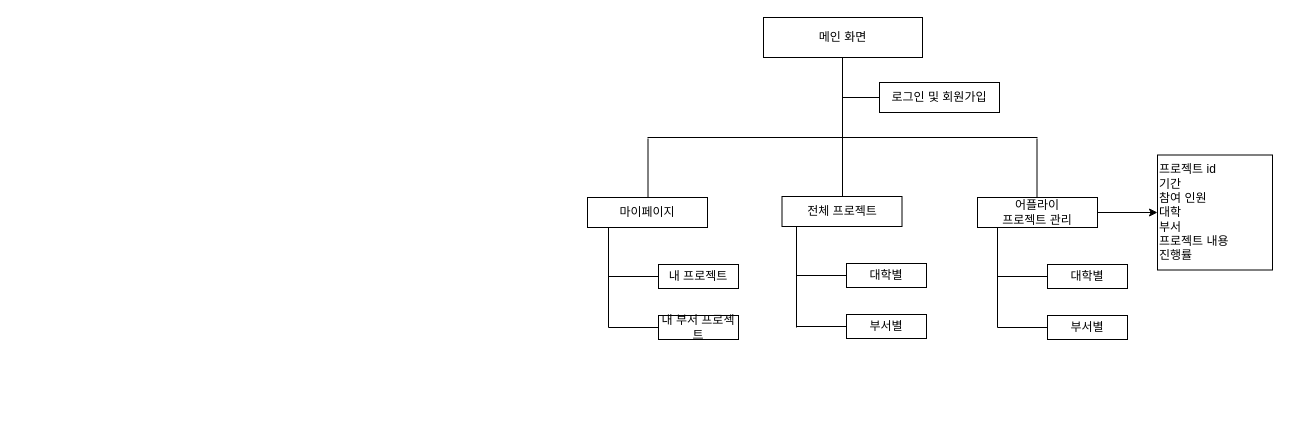
The draw.io diagram 제목 없는 다이어그램.drawio in OhHyukJun/Calendar_Project, before the edit. Source tidied: cells renumbered, new cells numbered last; positions are measured from the earlier drawing's top-left corner, leaving out a move shared by most shapes. Both pictures are drawn from the tidied source at 100%, with x=0, y=0 at pixel (587, 17).
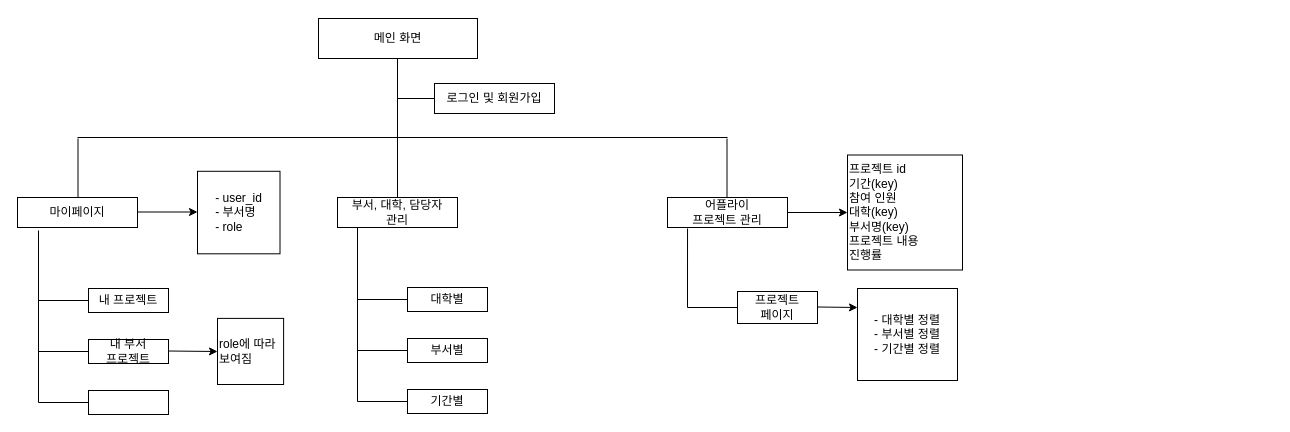
The same page after the edit.

Commit message:
제목 없는 다이어그램.drawio 업데이트

Change to the diagram source:
```diff
@@
     <mxCell id="2" value="메인 화면" style="rounded=0;whiteSpace=wrap;html=1;" parent="1" vertex="1">
-      <mxGeometry x="176" width="159" height="40" as="geometry" />
+      <mxGeometry x="-269" y="1" width="159" height="40" as="geometry" />
     </mxCell>
-    <mxCell id="3" style="endArrow=none;html=1;rounded=0;entryX=0.5;entryY=1;entryDx=0;entryDy=0;" parent="1" edge="1">
+    <mxCell id="3" style="endArrow=none;html=1;rounded=0;entryX=0.5;entryY=1;entryDx=0;entryDy=0;exitX=0.5;exitY=0;exitDx=0;exitDy=0;" parent="1" edge="1" source="24">
       <mxGeometry relative="1" as="geometry">
-        <mxPoint x="255" y="120" as="sourcePoint" />
-        <mxPoint x="255" y="40" as="targetPoint" />
+        <mxPoint x="-190" y="41" as="targetPoint" />
       </mxGeometry>
     </mxCell>
     <mxCell id="4" style="endArrow=none;html=1;rounded=0;" parent="1" edge="1">
       <mxGeometry relative="1" as="geometry">
-        <mxPoint x="255" y="80" as="sourcePoint" />
-        <mxPoint x="292" y="80" as="targetPoint" />
+        <mxPoint x="-190" y="81" as="sourcePoint" />
+        <mxPoint x="-153" y="81" as="targetPoint" />
       </mxGeometry>
     </mxCell>
     <mxCell id="5" value="로그인 및 회원가입" style="rounded=0;whiteSpace=wrap;html=1;" parent="1" vertex="1">
-      <mxGeometry x="292" y="65" width="120" height="30" as="geometry" />
+      <mxGeometry x="-153" y="66" width="120" height="30" as="geometry" />
     </mxCell>
     <mxCell id="6" style="endArrow=none;html=1;rounded=0;" parent="1" edge="1">
       <mxGeometry relative="1" as="geometry">
-        <mxPoint x="60" y="120" as="sourcePoint" />
-        <mxPoint x="450" y="120" as="targetPoint" />
+        <mxPoint x="-510" y="120" as="sourcePoint" />
+        <mxPoint x="140" y="120" as="targetPoint" />
       </mxGeometry>
     </mxCell>
     <mxCell id="7" style="endArrow=none;html=1;rounded=0;" parent="1" edge="1">
       <mxGeometry relative="1" as="geometry">
-        <mxPoint x="60.5" y="180" as="sourcePoint" />
-        <mxPoint x="60.5" y="121" as="targetPoint" />
+        <mxPoint x="-509.5" y="180" as="sourcePoint" />
+        <mxPoint x="-509.5" y="121" as="targetPoint" />
       </mxGeometry>
     </mxCell>
     <mxCell id="8" value="마이페이지" style="rounded=0;whiteSpace=wrap;html=1;" parent="1" vertex="1">
-      <mxGeometry y="180" width="120" height="30" as="geometry" />
+      <mxGeometry x="-570" y="180" width="120" height="30" as="geometry" />
     </mxCell>
     <mxCell id="9" style="endArrow=none;html=1;rounded=0;" parent="1" edge="1">
       <mxGeometry relative="1" as="geometry">
-        <mxPoint x="449.5" y="180" as="sourcePoint" />
-        <mxPoint x="449.5" y="121" as="targetPoint" />
+        <mxPoint x="139.5" y="180" as="sourcePoint" />
+        <mxPoint x="139.5" y="121" as="targetPoint" />
       </mxGeometry>
     </mxCell>
     <mxCell id="10" value="어플라이 &lt;br&gt;프로젝트 관리" style="rounded=0;whiteSpace=wrap;html=1;" parent="1" vertex="1">
-      <mxGeometry x="390" y="180" width="120" height="30" as="geometry" />
+      <mxGeometry x="80" y="180" width="120" height="30" as="geometry" />
     </mxCell>
-    <mxCell id="11" style="endArrow=none;html=1;rounded=0;" parent="1" edge="1">
+    <mxCell id="11" style="endArrow=none;html=1;rounded=0;entryX=0.175;entryY=1.1;entryDx=0;entryDy=0;entryPerimeter=0;" parent="1" edge="1" target="8">
       <mxGeometry relative="1" as="geometry">
-        <mxPoint x="21" y="310" as="sourcePoint" />
-        <mxPoint x="21" y="210" as="targetPoint" />
+        <mxPoint x="-549" y="385" as="sourcePoint" />
       </mxGeometry>
     </mxCell>
     <mxCell id="12" style="endArrow=none;html=1;rounded=0;" parent="1" edge="1">
       <mxGeometry relative="1" as="geometry">
-        <mxPoint x="21" y="259" as="sourcePoint" />
-        <mxPoint x="71" y="259" as="targetPoint" />
+        <mxPoint x="-549" y="283" as="sourcePoint" />
+        <mxPoint x="-499" y="283" as="targetPoint" />
       </mxGeometry>
     </mxCell>
     <mxCell id="13" style="endArrow=none;html=1;rounded=0;" parent="1" edge="1">
       <mxGeometry relative="1" as="geometry">
-        <mxPoint x="21" y="310" as="sourcePoint" />
-        <mxPoint x="71" y="310" as="targetPoint" />
+        <mxPoint x="-549" y="334" as="sourcePoint" />
+        <mxPoint x="-499" y="334" as="targetPoint" />
       </mxGeometry>
     </mxCell>
     <mxCell id="14" value="내 프로젝트" style="rounded=0;whiteSpace=wrap;html=1;" parent="1" vertex="1">
-      <mxGeometry x="71" y="247" width="80" height="24" as="geometry" />
+      <mxGeometry x="-499" y="271" width="80" height="24" as="geometry" />
     </mxCell>
-    <mxCell id="15" value="내 부서 프로젝트" style="rounded=0;whiteSpace=wrap;html=1;" parent="1" vertex="1">
-      <mxGeometry x="71" y="298" width="80" height="24" as="geometry" />
+    <mxCell id="15" value="내 부서 &lt;br&gt;프로젝트" style="rounded=0;whiteSpace=wrap;html=1;" parent="1" vertex="1">
+      <mxGeometry x="-499" y="322" width="80" height="24" as="geometry" />
     </mxCell>
-    <mxCell id="16" style="endArrow=none;html=1;rounded=0;" parent="1" edge="1">
+    <mxCell id="16" style="endArrow=none;html=1;rounded=0;entryX=0.167;entryY=1.033;entryDx=0;entryDy=0;entryPerimeter=0;" parent="1" edge="1" target="10">
       <mxGeometry relative="1" as="geometry">
-        <mxPoint x="410" y="310" as="sourcePoint" />
-        <mxPoint x="410" y="210" as="targetPoint" />
+        <mxPoint x="100" y="290" as="sourcePoint" />
       </mxGeometry>
     </mxCell>
     <mxCell id="17" style="endArrow=none;html=1;rounded=0;" parent="1" edge="1">
       <mxGeometry relative="1" as="geometry">
-        <mxPoint x="410" y="259" as="sourcePoint" />
-        <mxPoint x="460" y="259" as="targetPoint" />
+        <mxPoint x="100" y="290" as="sourcePoint" />
+        <mxPoint x="150" y="290" as="targetPoint" />
       </mxGeometry>
     </mxCell>
-    <mxCell id="18" style="endArrow=none;html=1;rounded=0;" parent="1" edge="1">
-      <mxGeometry relative="1" as="geometry">
-        <mxPoint x="410" y="310" as="sourcePoint" />
-        <mxPoint x="460" y="310" as="targetPoint" />
-      </mxGeometry>
-    </mxCell>
-    <mxCell id="19" value="대학별" style="rounded=0;whiteSpace=wrap;html=1;" parent="1" vertex="1">
-      <mxGeometry x="460" y="247" width="80" height="24" as="geometry" />
+    <mxCell id="19" value="프로젝트&lt;br&gt;페이지" style="rounded=0;whiteSpace=wrap;html=1;" parent="1" vertex="1">
+      <mxGeometry x="150" y="274" width="80" height="32" as="geometry" />
     </mxCell>
-    <mxCell id="20" value="부서별" style="rounded=0;whiteSpace=wrap;html=1;" parent="1" vertex="1">
-      <mxGeometry x="460" y="298" width="80" height="24" as="geometry" />
-    </mxCell>
-    <mxCell id="21" value="&lt;span style=&quot;background-color: initial;&quot;&gt;프로젝트 id&lt;/span&gt;&lt;br&gt;&lt;span style=&quot;background-color: initial;&quot;&gt;기간&lt;/span&gt;&lt;br&gt;&lt;span style=&quot;background-color: initial;&quot;&gt;참여 인원&lt;/span&gt;&lt;br&gt;&lt;span style=&quot;background-color: initial;&quot;&gt;대학&lt;/span&gt;&lt;br&gt;&lt;span style=&quot;background-color: initial;&quot;&gt;부서&lt;/span&gt;&lt;br&gt;&lt;span style=&quot;background-color: initial;&quot;&gt;프로젝트 내용&lt;/span&gt;&lt;br&gt;&lt;span style=&quot;background-color: initial;&quot;&gt;진행률&lt;/span&gt;" style="whiteSpace=wrap;html=1;align=left;" parent="1" vertex="1">
-      <mxGeometry x="570" y="137.5" width="115" height="115" as="geometry" />
+    <mxCell id="21" value="&lt;span style=&quot;background-color: initial;&quot;&gt;프로젝트 id&lt;/span&gt;&lt;br&gt;&lt;span style=&quot;background-color: initial;&quot;&gt;기간(key)&lt;/span&gt;&lt;br&gt;&lt;span style=&quot;background-color: initial;&quot;&gt;참여 인원&lt;/span&gt;&lt;br&gt;&lt;span style=&quot;background-color: initial;&quot;&gt;대학(key)&lt;/span&gt;&lt;br&gt;&lt;span style=&quot;background-color: initial;&quot;&gt;부서명(key)&lt;/span&gt;&lt;br&gt;&lt;span style=&quot;background-color: initial;&quot;&gt;프로젝트 내용&lt;/span&gt;&lt;br&gt;&lt;span style=&quot;background-color: initial;&quot;&gt;진행률&lt;/span&gt;" style="whiteSpace=wrap;html=1;align=left;" parent="1" vertex="1">
+      <mxGeometry x="260" y="137.5" width="115" height="115" as="geometry" />
     </mxCell>
@@
-    <mxCell id="23" style="endArrow=none;html=1;rounded=0;" parent="1" edge="1">
-      <mxGeometry relative="1" as="geometry">
-        <mxPoint x="255" y="179" as="sourcePoint" />
-        <mxPoint x="255" y="120" as="targetPoint" />
-      </mxGeometry>
-    </mxCell>
-    <mxCell id="24" value="전체 프로젝트" style="rounded=0;whiteSpace=wrap;html=1;" parent="1" vertex="1">
-      <mxGeometry x="194.5" y="179" width="120" height="30" as="geometry" />
+    <mxCell id="24" value="부서, 대학, 담당자&lt;br&gt;관리" style="rounded=0;whiteSpace=wrap;html=1;" parent="1" vertex="1">
+      <mxGeometry x="-250" y="180" width="120" height="30" as="geometry" />
     </mxCell>
-    <mxCell id="25" style="endArrow=none;html=1;rounded=0;" parent="1" edge="1">
-      <mxGeometry relative="1" as="geometry">
-        <mxPoint x="209" y="310" as="sourcePoint" />
-        <mxPoint x="209" y="209" as="targetPoint" />
-      </mxGeometry>
-    </mxCell>
-    <mxCell id="26" style="endArrow=none;html=1;rounded=0;" parent="1" edge="1">
-      <mxGeometry relative="1" as="geometry">
-        <mxPoint x="209" y="258" as="sourcePoint" />
-        <mxPoint x="259" y="258" as="targetPoint" />
-      </mxGeometry>
-    </mxCell>
-    <mxCell id="27" style="endArrow=none;html=1;rounded=0;" parent="1" edge="1">
-      <mxGeometry relative="1" as="geometry">
-        <mxPoint x="209" y="309" as="sourcePoint" />
-        <mxPoint x="259" y="309" as="targetPoint" />
-      </mxGeometry>
-    </mxCell>
+    <mxCell id="30" style="endArrow=none;html=1;rounded=0;" parent="1" edge="1">
+      <mxGeometry relative="1" as="geometry">
+        <mxPoint x="-549" y="385" as="sourcePoint" />
+        <mxPoint x="-499" y="385" as="targetPoint" />
+      </mxGeometry>
+    </mxCell>
+    <mxCell id="31" style="rounded=0;whiteSpace=wrap;html=1;" parent="1" vertex="1">
+      <mxGeometry x="-499" y="373" width="80" height="24" as="geometry" />
+    </mxCell>
+    <mxCell id="32" style="endArrow=none;html=1;rounded=0;entryX=0.167;entryY=1.033;entryDx=0;entryDy=0;entryPerimeter=0;" parent="1" edge="1">
+      <mxGeometry relative="1" as="geometry">
+        <mxPoint x="-230" y="384" as="sourcePoint" />
+        <mxPoint x="-230" y="210" as="targetPoint" />
+      </mxGeometry>
+    </mxCell>
+    <mxCell id="33" style="endArrow=none;html=1;rounded=0;" parent="1" edge="1">
+      <mxGeometry relative="1" as="geometry">
+        <mxPoint x="-230" y="282" as="sourcePoint" />
+        <mxPoint x="-180" y="282" as="targetPoint" />
+      </mxGeometry>
+    </mxCell>
+    <mxCell id="34" style="endArrow=none;html=1;rounded=0;" parent="1" edge="1">
+      <mxGeometry relative="1" as="geometry">
+        <mxPoint x="-230" y="333" as="sourcePoint" />
+        <mxPoint x="-180" y="333" as="targetPoint" />
+      </mxGeometry>
+    </mxCell>
     <mxCell id="28" value="대학별" style="rounded=0;whiteSpace=wrap;html=1;" parent="1" vertex="1">
-      <mxGeometry x="259" y="246" width="80" height="24" as="geometry" />
+      <mxGeometry x="-180" y="270" width="80" height="24" as="geometry" />
     </mxCell>
-    <mxCell id="29" value="부서별" style="rounded=0;whiteSpace=wrap;html=1;" parent="1" vertex="1">
-      <mxGeometry x="259" y="297" width="80" height="24" as="geometry" />
-    </mxCell>
+    <mxCell id="35" value="부서별" style="rounded=0;whiteSpace=wrap;html=1;" parent="1" vertex="1">
+      <mxGeometry x="-180" y="321" width="80" height="24" as="geometry" />
+    </mxCell>
+    <mxCell id="36" style="endArrow=none;html=1;rounded=0;" parent="1" edge="1">
+      <mxGeometry relative="1" as="geometry">
+        <mxPoint x="-230" y="384" as="sourcePoint" />
+        <mxPoint x="-180" y="384" as="targetPoint" />
+      </mxGeometry>
+    </mxCell>
+    <mxCell id="37" value="기간별" style="rounded=0;whiteSpace=wrap;html=1;" parent="1" vertex="1">
+      <mxGeometry x="-180" y="372" width="80" height="24" as="geometry" />
+    </mxCell>
+    <mxCell id="38" value="&lt;span style=&quot;background-color: initial;&quot;&gt;- 대학별 정렬&lt;br&gt;- 부서별 정렬&lt;br&gt;- 기간별 정렬&lt;br&gt;&lt;/span&gt;" style="rounded=0;whiteSpace=wrap;html=1;" parent="1" vertex="1">
+      <mxGeometry x="270" y="271" width="100" height="92" as="geometry" />
+    </mxCell>
+    <mxCell id="39" style="endArrow=classic;html=1;rounded=0;exitX=1;exitY=0.5;exitDx=0;exitDy=0;" parent="1" edge="1">
+      <mxGeometry relative="1" as="geometry">
+        <mxPoint x="230" y="289.5" as="sourcePoint" />
+        <mxPoint x="270" y="290" as="targetPoint" />
+      </mxGeometry>
+    </mxCell>
+    <mxCell id="40" value="&lt;div style=&quot;text-align: left;&quot;&gt;&lt;span style=&quot;background-color: initial;&quot;&gt;- user_id&lt;/span&gt;&lt;/div&gt;&lt;span style=&quot;background-color: initial;&quot;&gt;&lt;div style=&quot;text-align: left;&quot;&gt;&lt;span style=&quot;background-color: initial;&quot;&gt;- 부서명&lt;/span&gt;&lt;/div&gt;&lt;/span&gt;&lt;span style=&quot;background-color: initial;&quot;&gt;&lt;div style=&quot;text-align: left;&quot;&gt;&lt;span style=&quot;background-color: initial;&quot;&gt;- role&lt;/span&gt;&lt;/div&gt;&lt;/span&gt;" style="whiteSpace=wrap;html=1;align=center;" parent="1" vertex="1">
+      <mxGeometry x="-390" y="153.8" width="82.5" height="82.5" as="geometry" />
+    </mxCell>
+    <mxCell id="41" style="endArrow=classic;html=1;rounded=0;exitX=1;exitY=0.5;exitDx=0;exitDy=0;entryX=0;entryY=0.5;entryDx=0;entryDy=0;" parent="1" edge="1">
+      <mxGeometry relative="1" as="geometry">
+        <mxPoint x="-450" y="194.5" as="sourcePoint" />
+        <mxPoint x="-390" y="194.5" as="targetPoint" />
+      </mxGeometry>
+    </mxCell>
+    <mxCell id="42" style="endArrow=classic;html=1;rounded=0;exitX=1;exitY=0.5;exitDx=0;exitDy=0;" parent="1" edge="1">
+      <mxGeometry relative="1" as="geometry">
+        <mxPoint x="-419" y="333.5" as="sourcePoint" />
+        <mxPoint x="-370" y="334" as="targetPoint" />
+      </mxGeometry>
+    </mxCell>
+    <mxCell id="43" value="role에 따라 보여짐" style="whiteSpace=wrap;html=1;align=left;" parent="1" vertex="1">
+      <mxGeometry x="-370" y="300.9" width="66.1" height="66.1" as="geometry" />
+    </mxCell>
```
